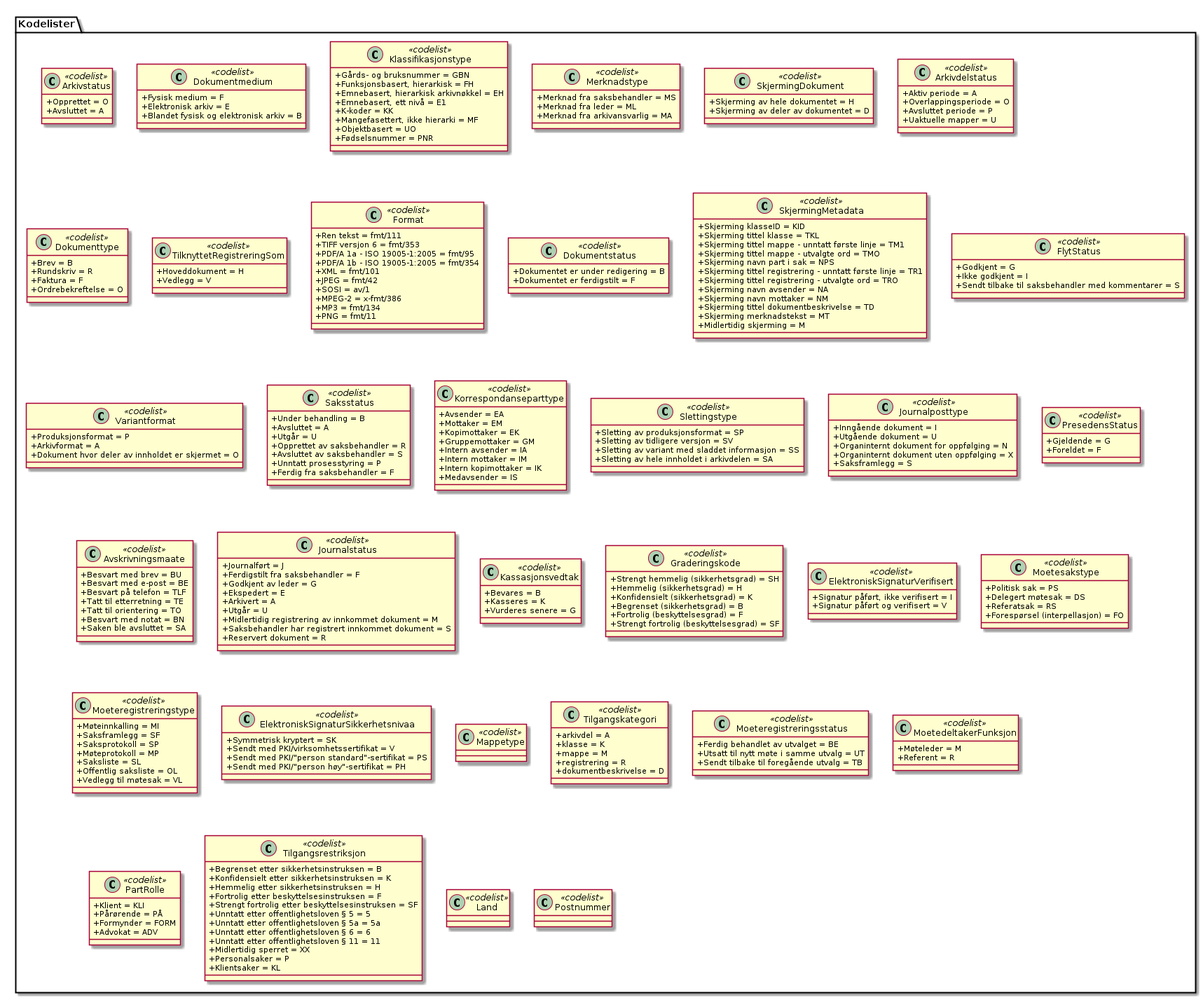
arkivverket/noark5-tjenestegrensesnitt-standard keeps this PlantUML diagram as kapitler/media/uml-kodelister-entiter.png. Above is the earlier version.
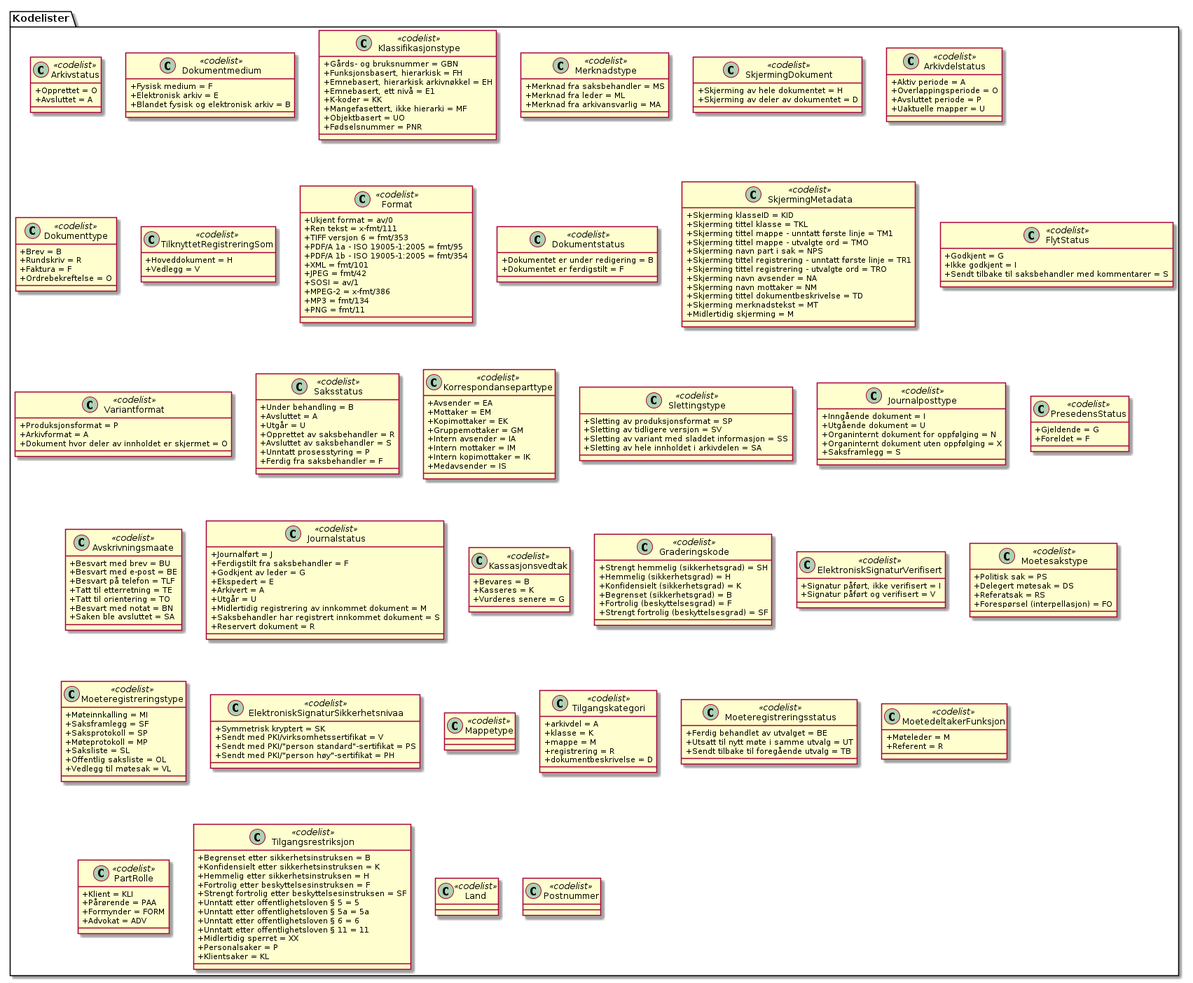
The same file after the commit.

Change to the diagram source:
```diff
@@ -46,7 +46,8 @@
   +Vedlegg = V
 }
 class Kodelister.Format <<codelist>> {
-  +Ren tekst = fmt/111
+  +Ukjent format = av/0
+  +Ren tekst = x-fmt/111
   +TIFF versjon 6 = fmt/353
   +PDF/A 1a - ISO 19005-1:2005 = fmt/95
   +PDF/A 1b - ISO 19005-1:2005 = fmt/354
@@ -199,7 +200,7 @@
 }
 class Kodelister.PartRolle <<codelist>> {
   +Klient = KLI
-  +Pårørende = PÅ
+  +Pårørende = PAA
   +Formynder = FORM
   +Advokat = ADV
 }
```
